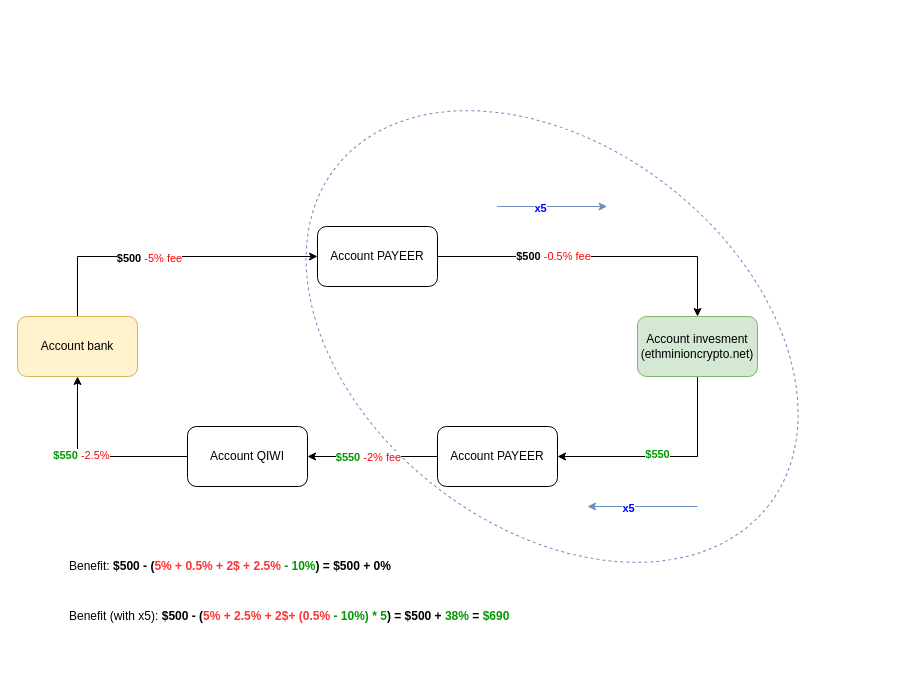
Above: invesment.drawio in isfomin/diagrams (draw.io), before the change. Source tidied: cells renumbered, new cells numbered last; positions are measured from the earlier drawing's top-left corner, leaving out a move shared by most shapes. Both pictures are drawn from the tidied source at 100%, with x=0, y=0 at pixel (17, 146).
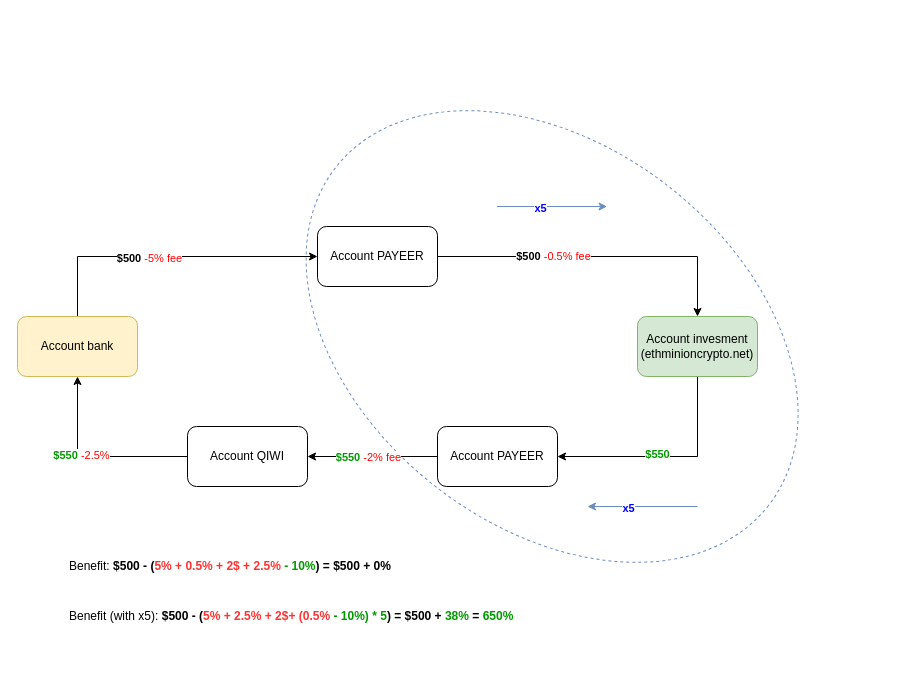
The same diagram, later.

The edit, as a diff of the source:
```diff
@@
-<mxGraphModel>
+<mxGraphModel background="#FFFFFF">
@@
-    <mxCell id="23" value="Benefit (with x5): &lt;b&gt;$500 - (&lt;font color=&quot;#ff3333&quot;&gt;5% + 2.5% + 2$&lt;/font&gt;&lt;/b&gt;&lt;b&gt;&lt;font color=&quot;#ff3333&quot;&gt;+&amp;nbsp;&lt;/font&gt;&lt;/b&gt;&lt;b&gt;&lt;font color=&quot;#ff3333&quot;&gt;(0.5%&lt;/font&gt;&amp;nbsp;&lt;font color=&quot;#009900&quot;&gt;-&amp;nbsp;10%) * 5&lt;/font&gt;) = $500 + &lt;font color=&quot;#009900&quot;&gt;38% &lt;/font&gt;= &lt;font color=&quot;#009900&quot;&gt;$690&lt;/font&gt;&lt;/b&gt;" style="text;html=1;strokeColor=none;fillColor=none;align=left;verticalAlign=middle;whiteSpace=wrap;rounded=0;fontColor=#000000;" parent="1" vertex="1">
+    <mxCell id="23" value="Benefit (with x5): &lt;b&gt;$500 - (&lt;font color=&quot;#ff3333&quot;&gt;5% + 2.5% + 2$&lt;/font&gt;&lt;/b&gt;&lt;b&gt;&lt;font color=&quot;#ff3333&quot;&gt;+&amp;nbsp;&lt;/font&gt;&lt;/b&gt;&lt;b&gt;&lt;font color=&quot;#ff3333&quot;&gt;(0.5%&lt;/font&gt;&amp;nbsp;&lt;font color=&quot;#009900&quot;&gt;-&amp;nbsp;10%) * 5&lt;/font&gt;) = $500 + &lt;font color=&quot;#009900&quot;&gt;38% &lt;/font&gt;= &lt;font color=&quot;#009900&quot;&gt;650%&lt;/font&gt;&lt;/b&gt;" style="text;html=1;strokeColor=none;fillColor=none;align=left;verticalAlign=middle;whiteSpace=wrap;rounded=0;fontColor=#000000;" parent="1" vertex="1">
       <mxGeometry x="50" y="440" width="620" height="60" as="geometry" />
     </mxCell>
```
